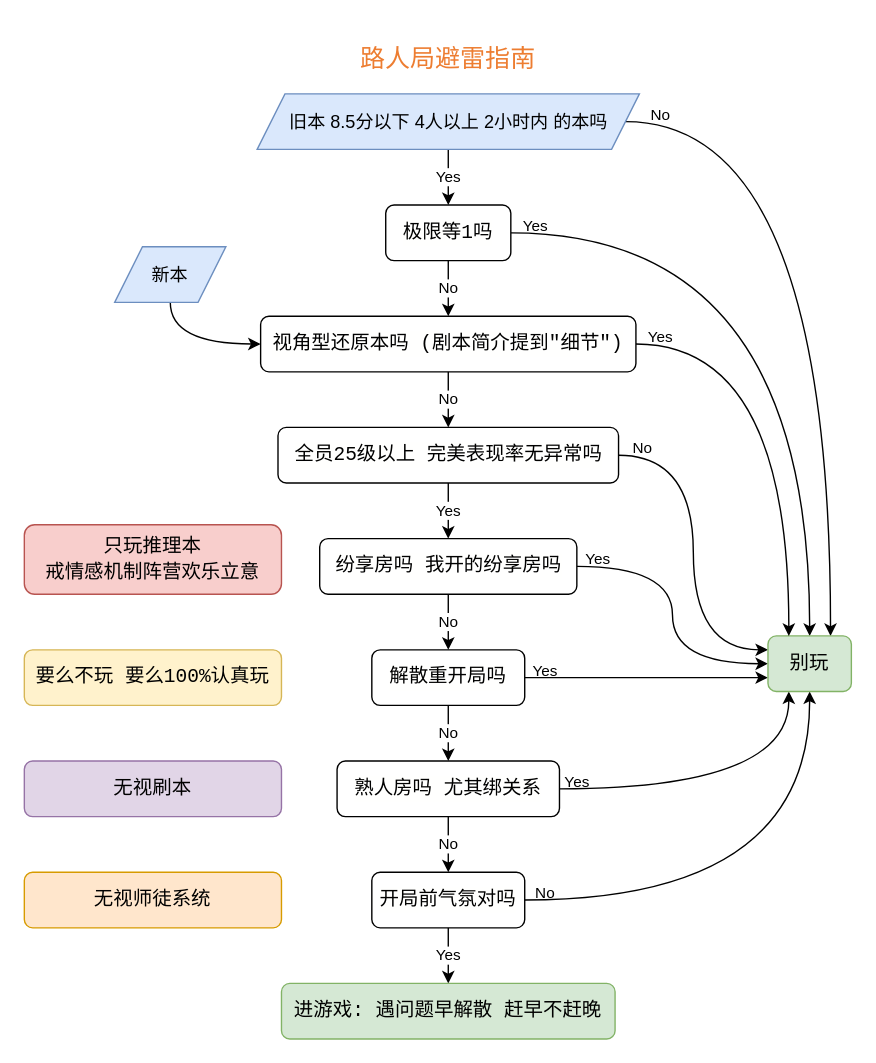
Above: 百变打本想有好体验的注意点.drawio in luboq/draw.io (draw.io), before the change. Source tidied: cells renumbered, new cells numbered last; positions are measured from the earlier drawing's top-left corner, leaving out a move shared by most shapes. Both pictures are drawn from the tidied source at 139%, with x=0, y=0 at pixel (24, 24).
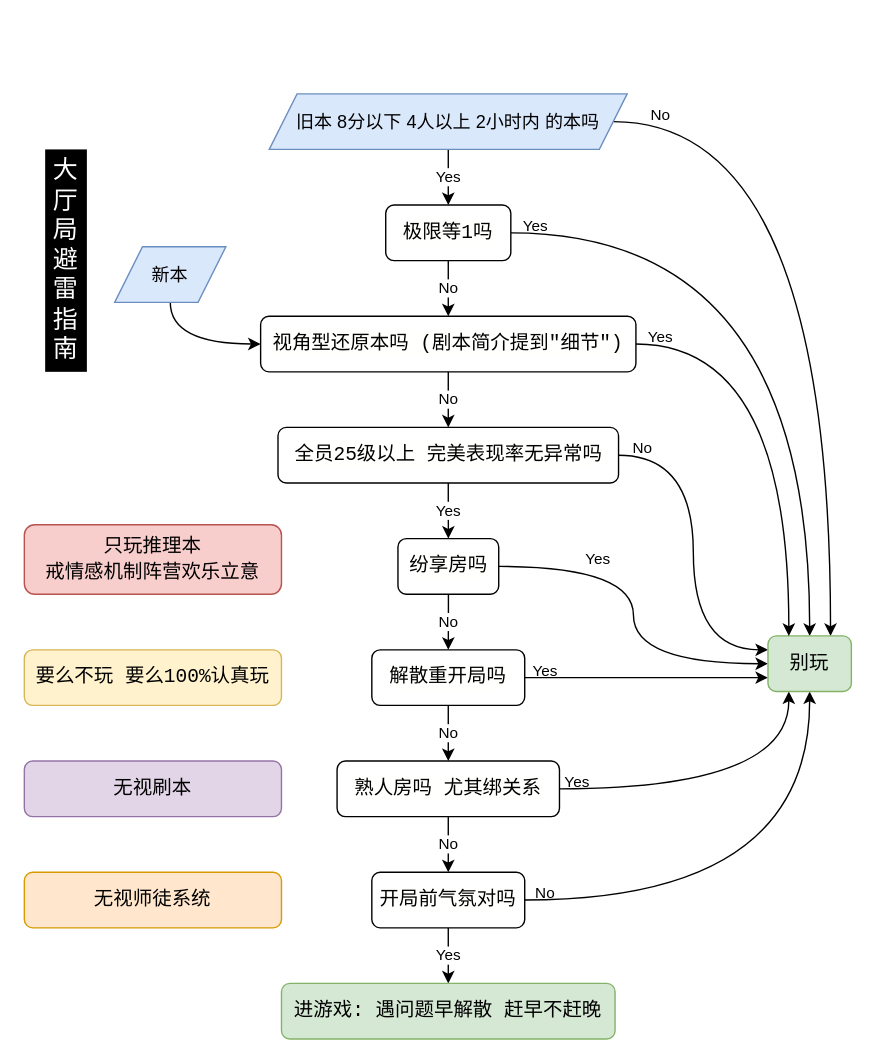
The same page after the edit.

Commit message:
更新百变打本想有好体验的注意点.drawio

The edit, as a diff of the source:
```diff
@@
-    <mxCell id="7" value="&lt;div style=&quot;background-color: rgb(255, 255, 254); font-family: Consolas, &amp;quot;Courier New&amp;quot;, monospace; font-size: 14px; line-height: 19px;&quot;&gt;纷享房吗 我开的纷享房吗&lt;/div&gt;" style="rounded=1;whiteSpace=wrap;html=1;fontSize=12;glass=0;strokeWidth=1;shadow=0;" parent="1" vertex="1">
-      <mxGeometry x="212.5" y="370" width="185" height="40" as="geometry" />
+    <mxCell id="7" value="&lt;div style=&quot;background-color: rgb(255, 255, 254); font-family: Consolas, &amp;quot;Courier New&amp;quot;, monospace; font-size: 14px; line-height: 19px;&quot;&gt;纷享房吗&lt;/div&gt;" style="rounded=1;whiteSpace=wrap;html=1;fontSize=12;glass=0;strokeWidth=1;shadow=0;" parent="1" vertex="1">
+      <mxGeometry x="268.8" y="370" width="72.5" height="40" as="geometry" />
     </mxCell>
@@
-    <mxCell id="23" value="旧本 8.5分以下 4人以上 2小时内 的本吗" style="shape=parallelogram;perimeter=parallelogramPerimeter;whiteSpace=wrap;html=1;fixedSize=1;fontSize=13;fillColor=#dae8fc;strokeColor=#6c8ebf;" parent="1" vertex="1">
-      <mxGeometry x="167.5" y="50" width="275" height="40" as="geometry" />
+    <mxCell id="23" value="旧本 8分以下 4人以上 2小时内 的本吗" style="shape=parallelogram;perimeter=parallelogramPerimeter;whiteSpace=wrap;html=1;fixedSize=1;fontSize=13;fillColor=#dae8fc;strokeColor=#6c8ebf;" parent="1" vertex="1">
+      <mxGeometry x="176.2" y="50" width="257.5" height="40" as="geometry" />
     </mxCell>
@@
-    <mxCell id="38" value="路人局避雷指南" style="text;strokeColor=none;fillColor=none;align=center;verticalAlign=middle;whiteSpace=wrap;rounded=0;fontSize=18;labelBackgroundColor=none;labelBorderColor=none;html=1;fontColor=#ED7D31;" parent="1" vertex="1">
-      <mxGeometry x="200" width="210" height="50" as="geometry" />
+    <mxCell id="38" value="大厅局避雷指南" style="text;strokeColor=none;fillColor=#000000;align=center;verticalAlign=middle;whiteSpace=wrap;rounded=0;fontSize=18;labelBackgroundColor=none;labelBorderColor=none;html=1;fontColor=#FFFFFF;" parent="1" vertex="1">
+      <mxGeometry x="15" y="90" width="30" height="160" as="geometry" />
     </mxCell>
```
